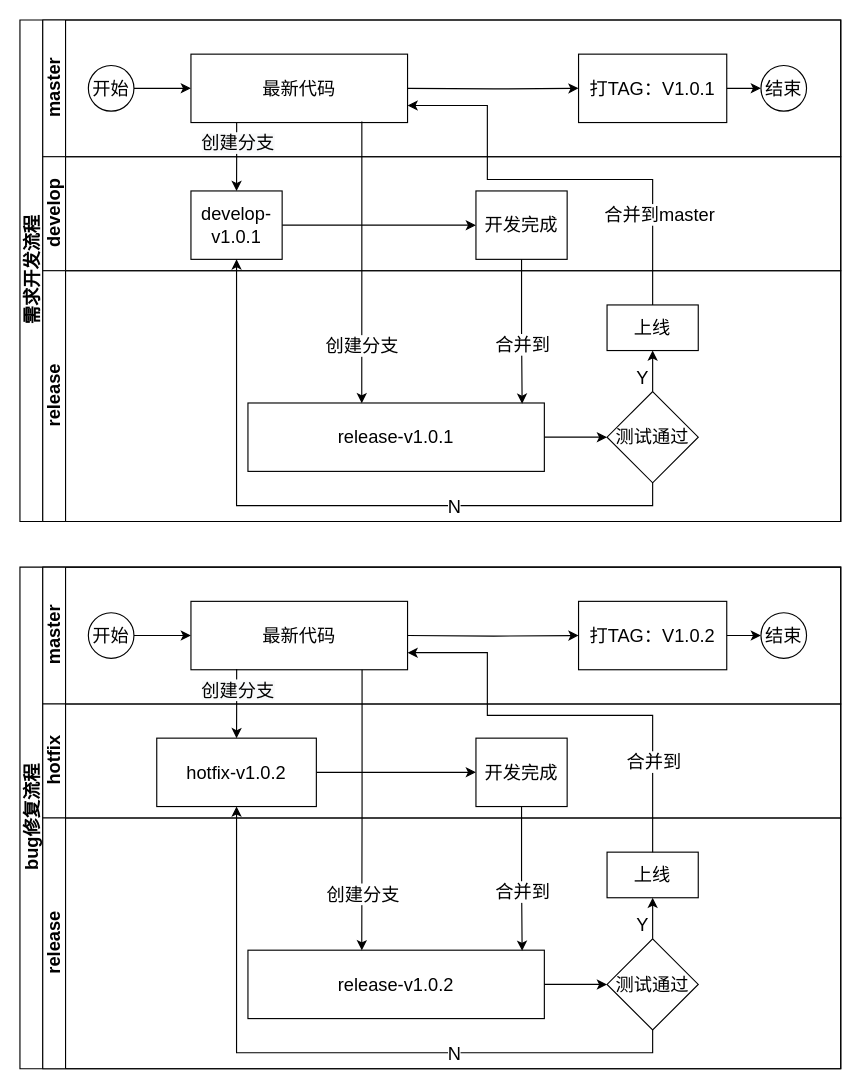
Above: page "git分支使用规范" (1 of 4) of 研发规范.drawio in aspojo/diagrams (draw.io), before the change. Source tidied: cells renumbered, new cells numbered last; positions are measured from the earlier drawing's top-left corner, leaving out a move shared by most shapes. Both pictures are drawn from the tidied source at 114%, with x=0, y=0 at pixel (19, 19).
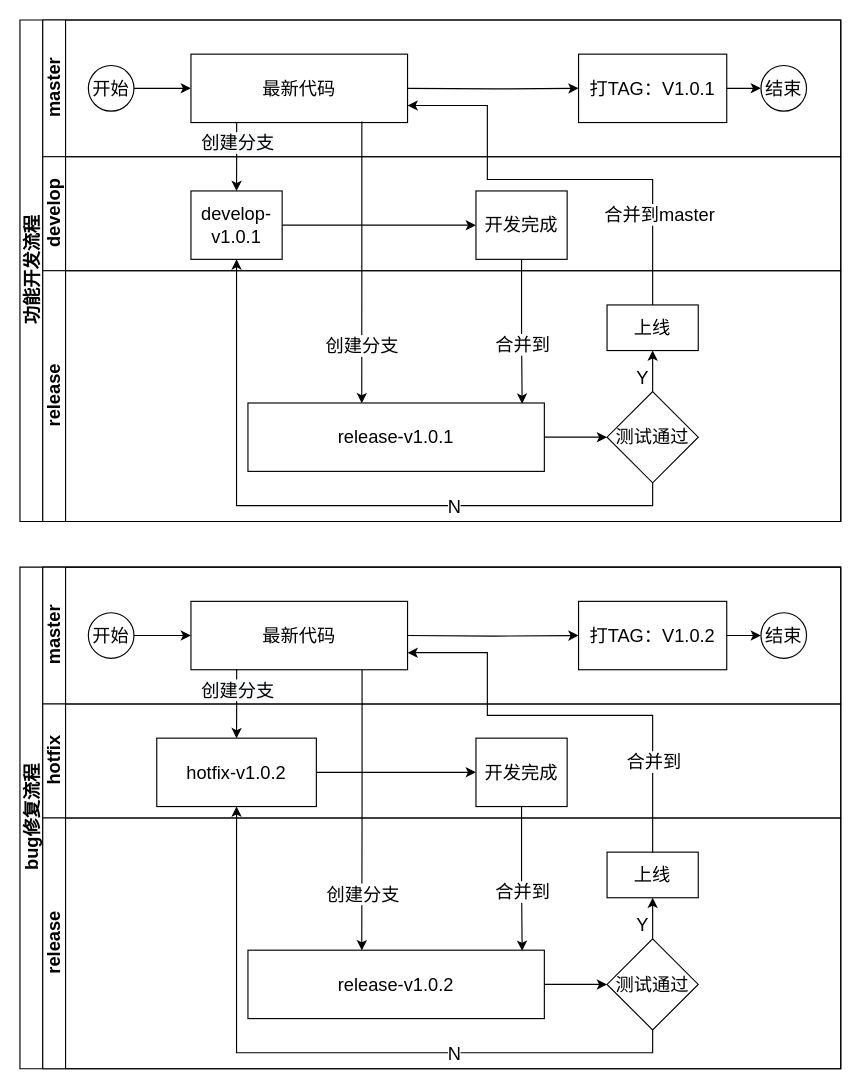
The same page after the edit.

Commit message:
更新研发规范.drawio

Diff of the diagram source:
```diff
@@
-    <mxCell id="2" value="需求开发流程" style="swimlane;html=1;horizontal=0;startSize=20;fontSize=16;" parent="1" vertex="1">
+    <mxCell id="2" value="功能开发流程" style="swimlane;html=1;horizontal=0;startSize=20;fontSize=16;" parent="1" vertex="1">
       <mxGeometry width="720" height="440" as="geometry" />
     </mxCell>
```
